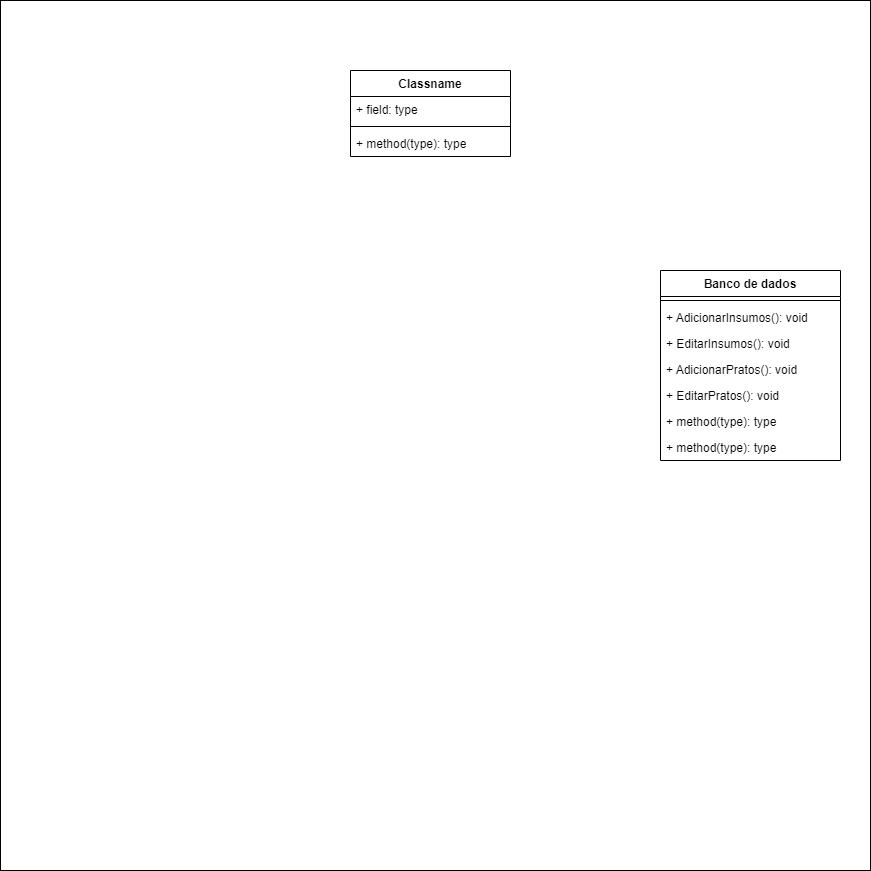
DougzCD/JCRESW1 keeps this draw.io diagram as documentos/diagramas/Diagrama_de_Classe.drawio.png. Above is the earlier version. Source tidied: cells renumbered, new cells last; positions are measured from the earlier drawing's top-left corner, leaving out a move shared by most shapes.
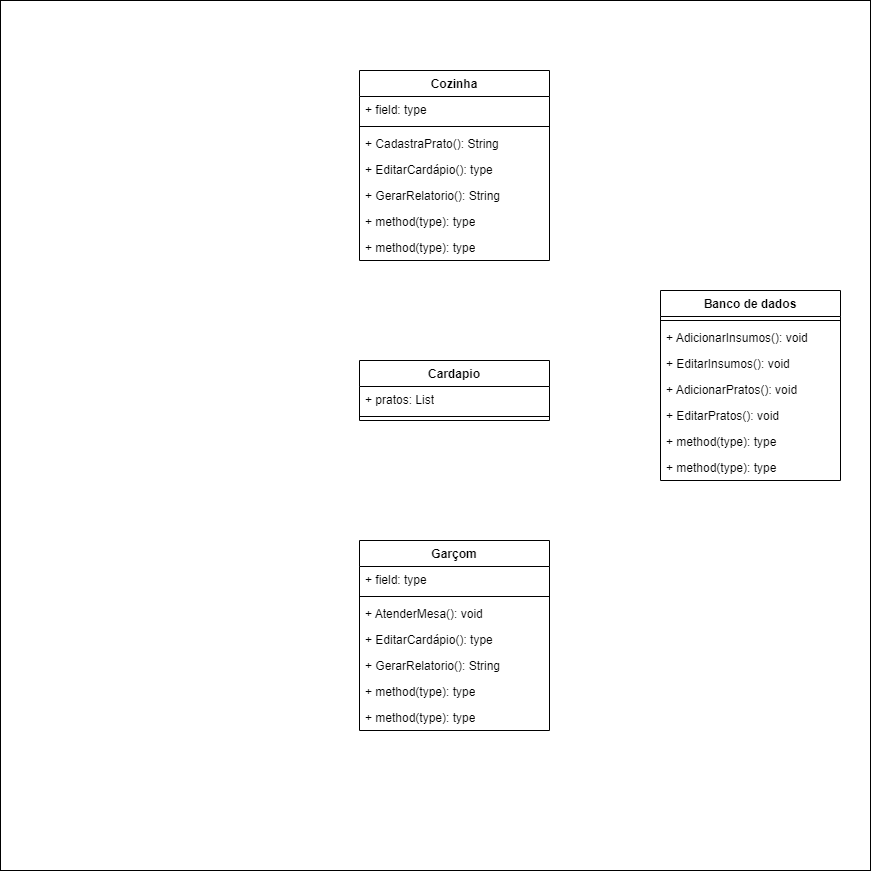
Later version of the same file.

What changed in the source:
```diff
@@ -6,7 +6,7 @@
       <mxGeometry width="870" height="870" as="geometry" />
     </mxCell>
     <mxCell id="3" value="Banco de dados" style="swimlane;fontStyle=1;align=center;verticalAlign=top;horizontal=1;startSize=26;" parent="1" vertex="1">
-      <mxGeometry x="660" y="270" width="180" height="190" as="geometry" />
+      <mxGeometry x="660" y="290" width="180" height="190" as="geometry" />
     </mxCell>
     <mxCell id="4" style="line;strokeWidth=1;fillColor=none;align=left;verticalAlign=middle;spacingTop=-1;spacingLeft=3;spacingRight=3;labelPosition=right;strokeColor=inherit;" parent="3" vertex="1">
       <mxGeometry y="26" width="180" height="8" as="geometry" />
@@ -29,17 +29,62 @@
     <mxCell id="10" value="+ method(type): type" style="text;strokeColor=none;fillColor=none;align=left;verticalAlign=top;spacingLeft=4;spacingRight=4;overflow=hidden;" parent="3" vertex="1">
       <mxGeometry y="164" width="180" height="26" as="geometry" />
     </mxCell>
-    <mxCell id="11" value="Classname" style="swimlane;fontStyle=1;align=center;verticalAlign=top;horizontal=1;startSize=26;whiteSpace=wrap;html=1;" parent="1" vertex="1">
-      <mxGeometry x="350" y="70" width="160" height="86" as="geometry" />
+    <mxCell id="11" value="Cozinha" style="swimlane;fontStyle=1;align=center;verticalAlign=top;horizontal=1;startSize=26;whiteSpace=wrap;html=1;" parent="1" vertex="1">
+      <mxGeometry x="359" y="70" width="190" height="190" as="geometry" />
     </mxCell>
     <mxCell id="12" value="+ field: type" style="text;strokeColor=none;fillColor=none;align=left;verticalAlign=top;spacingLeft=4;spacingRight=4;overflow=hidden;whiteSpace=wrap;html=1;" parent="11" vertex="1">
-      <mxGeometry y="26" width="160" height="26" as="geometry" />
+      <mxGeometry y="26" width="190" height="26" as="geometry" />
     </mxCell>
     <mxCell id="13" style="line;strokeWidth=1;fillColor=none;align=left;verticalAlign=middle;spacingTop=-1;spacingLeft=3;spacingRight=3;labelPosition=right;strokeColor=inherit;" parent="11" vertex="1">
-      <mxGeometry y="52" width="160" height="8" as="geometry" />
+      <mxGeometry y="52" width="190" height="8" as="geometry" />
     </mxCell>
-    <mxCell id="14" value="+ method(type): type" style="text;strokeColor=none;fillColor=none;align=left;verticalAlign=top;spacingLeft=4;spacingRight=4;overflow=hidden;whiteSpace=wrap;html=1;" parent="11" vertex="1">
-      <mxGeometry y="60" width="160" height="26" as="geometry" />
+    <mxCell id="14" value="+ CadastraPrato(): String" style="text;strokeColor=none;fillColor=none;align=left;verticalAlign=top;spacingLeft=4;spacingRight=4;overflow=hidden;whiteSpace=wrap;html=1;" parent="11" vertex="1">
+      <mxGeometry y="60" width="190" height="26" as="geometry" />
     </mxCell>
+    <mxCell id="15" value="+ EditarCardápio(): type" style="text;strokeColor=none;fillColor=none;align=left;verticalAlign=top;spacingLeft=4;spacingRight=4;overflow=hidden;whiteSpace=wrap;html=1;" parent="11" vertex="1">
+      <mxGeometry y="86" width="190" height="26" as="geometry" />
+    </mxCell>
+    <mxCell id="16" value="+ GerarRelatorio(): String" style="text;strokeColor=none;fillColor=none;align=left;verticalAlign=top;spacingLeft=4;spacingRight=4;overflow=hidden;whiteSpace=wrap;html=1;" parent="11" vertex="1">
+      <mxGeometry y="112" width="190" height="26" as="geometry" />
+    </mxCell>
+    <mxCell id="17" value="+ method(type): type" style="text;strokeColor=none;fillColor=none;align=left;verticalAlign=top;spacingLeft=4;spacingRight=4;overflow=hidden;whiteSpace=wrap;html=1;" parent="11" vertex="1">
+      <mxGeometry y="138" width="190" height="26" as="geometry" />
+    </mxCell>
+    <mxCell id="18" value="+ method(type): type" style="text;strokeColor=none;fillColor=none;align=left;verticalAlign=top;spacingLeft=4;spacingRight=4;overflow=hidden;whiteSpace=wrap;html=1;" parent="11" vertex="1">
+      <mxGeometry y="164" width="190" height="26" as="geometry" />
+    </mxCell>
+    <mxCell id="19" value="Garçom" style="swimlane;fontStyle=1;align=center;verticalAlign=top;horizontal=1;startSize=26;whiteSpace=wrap;html=1;" parent="1" vertex="1">
+      <mxGeometry x="359" y="540" width="190" height="190" as="geometry" />
+    </mxCell>
+    <mxCell id="20" value="+ field: type" style="text;strokeColor=none;fillColor=none;align=left;verticalAlign=top;spacingLeft=4;spacingRight=4;overflow=hidden;whiteSpace=wrap;html=1;" parent="19" vertex="1">
+      <mxGeometry y="26" width="190" height="26" as="geometry" />
+    </mxCell>
+    <mxCell id="21" style="line;strokeWidth=1;fillColor=none;align=left;verticalAlign=middle;spacingTop=-1;spacingLeft=3;spacingRight=3;labelPosition=right;strokeColor=inherit;" parent="19" vertex="1">
+      <mxGeometry y="52" width="190" height="8" as="geometry" />
+    </mxCell>
+    <mxCell id="22" value="+ AtenderMesa(): void" style="text;strokeColor=none;fillColor=none;align=left;verticalAlign=top;spacingLeft=4;spacingRight=4;overflow=hidden;whiteSpace=wrap;html=1;" parent="19" vertex="1">
+      <mxGeometry y="60" width="190" height="26" as="geometry" />
+    </mxCell>
+    <mxCell id="23" value="+ EditarCardápio(): type" style="text;strokeColor=none;fillColor=none;align=left;verticalAlign=top;spacingLeft=4;spacingRight=4;overflow=hidden;whiteSpace=wrap;html=1;" parent="19" vertex="1">
+      <mxGeometry y="86" width="190" height="26" as="geometry" />
+    </mxCell>
+    <mxCell id="24" value="+ GerarRelatorio(): String" style="text;strokeColor=none;fillColor=none;align=left;verticalAlign=top;spacingLeft=4;spacingRight=4;overflow=hidden;whiteSpace=wrap;html=1;" parent="19" vertex="1">
+      <mxGeometry y="112" width="190" height="26" as="geometry" />
+    </mxCell>
+    <mxCell id="25" value="+ method(type): type" style="text;strokeColor=none;fillColor=none;align=left;verticalAlign=top;spacingLeft=4;spacingRight=4;overflow=hidden;whiteSpace=wrap;html=1;" parent="19" vertex="1">
+      <mxGeometry y="138" width="190" height="26" as="geometry" />
+    </mxCell>
+    <mxCell id="26" value="+ method(type): type" style="text;strokeColor=none;fillColor=none;align=left;verticalAlign=top;spacingLeft=4;spacingRight=4;overflow=hidden;whiteSpace=wrap;html=1;" parent="19" vertex="1">
+      <mxGeometry y="164" width="190" height="26" as="geometry" />
+    </mxCell>
+    <mxCell id="27" value="Cardapio" style="swimlane;fontStyle=1;align=center;verticalAlign=top;horizontal=1;startSize=26;whiteSpace=wrap;html=1;" parent="1" vertex="1">
+      <mxGeometry x="359" y="360" width="190" height="60" as="geometry" />
+    </mxCell>
+    <mxCell id="28" value="+ pratos: List" style="text;strokeColor=none;fillColor=none;align=left;verticalAlign=top;spacingLeft=4;spacingRight=4;overflow=hidden;whiteSpace=wrap;html=1;" parent="27" vertex="1">
+      <mxGeometry y="26" width="190" height="26" as="geometry" />
+    </mxCell>
+    <mxCell id="29" style="line;strokeWidth=1;fillColor=none;align=left;verticalAlign=middle;spacingTop=-1;spacingLeft=3;spacingRight=3;labelPosition=right;strokeColor=inherit;" parent="27" vertex="1">
+      <mxGeometry y="52" width="190" height="8" as="geometry" />
+    </mxCell>
   </root>
 </mxGraphModel>
```
